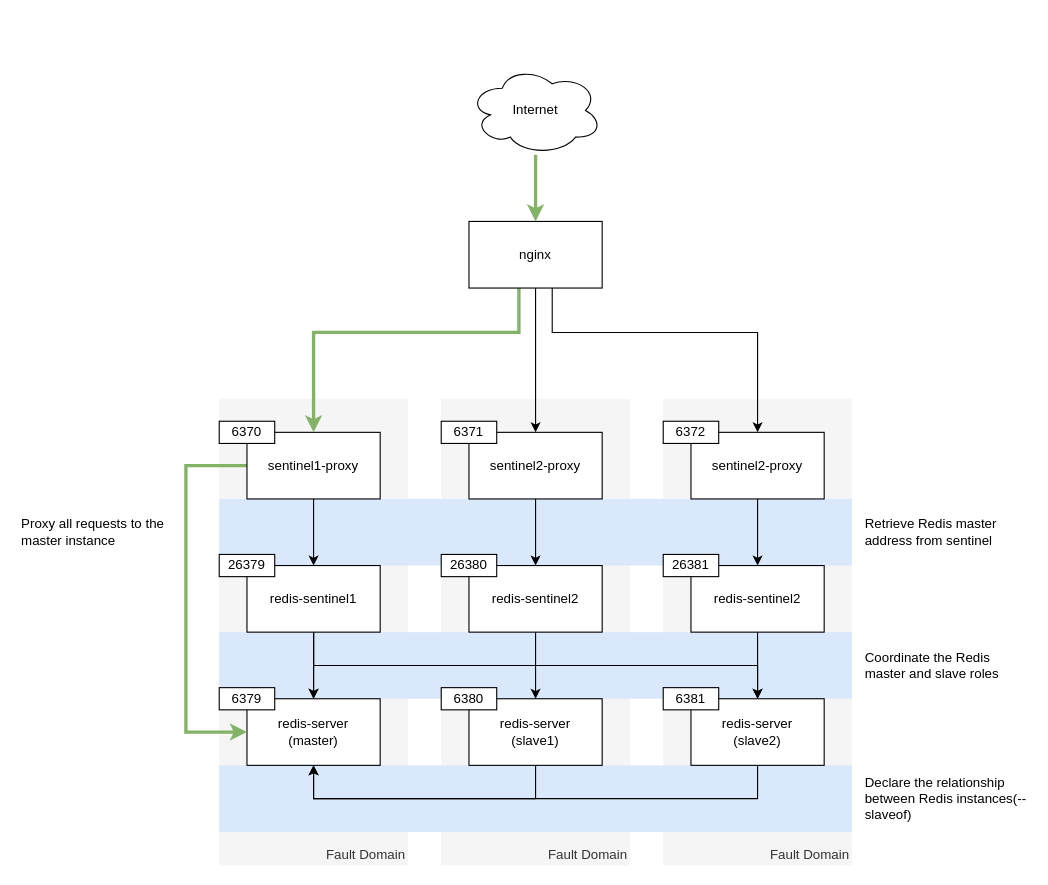
Above: redis-ha.drawio in tpai/redis-ha-auto-failover (draw.io), before the change. Source tidied: cells renumbered, new cells numbered last; positions are measured from the earlier drawing's top-left corner, leaving out a move shared by most shapes. Both pictures are drawn from the tidied source at 111%, with x=0, y=0 at pixel (19, 65).
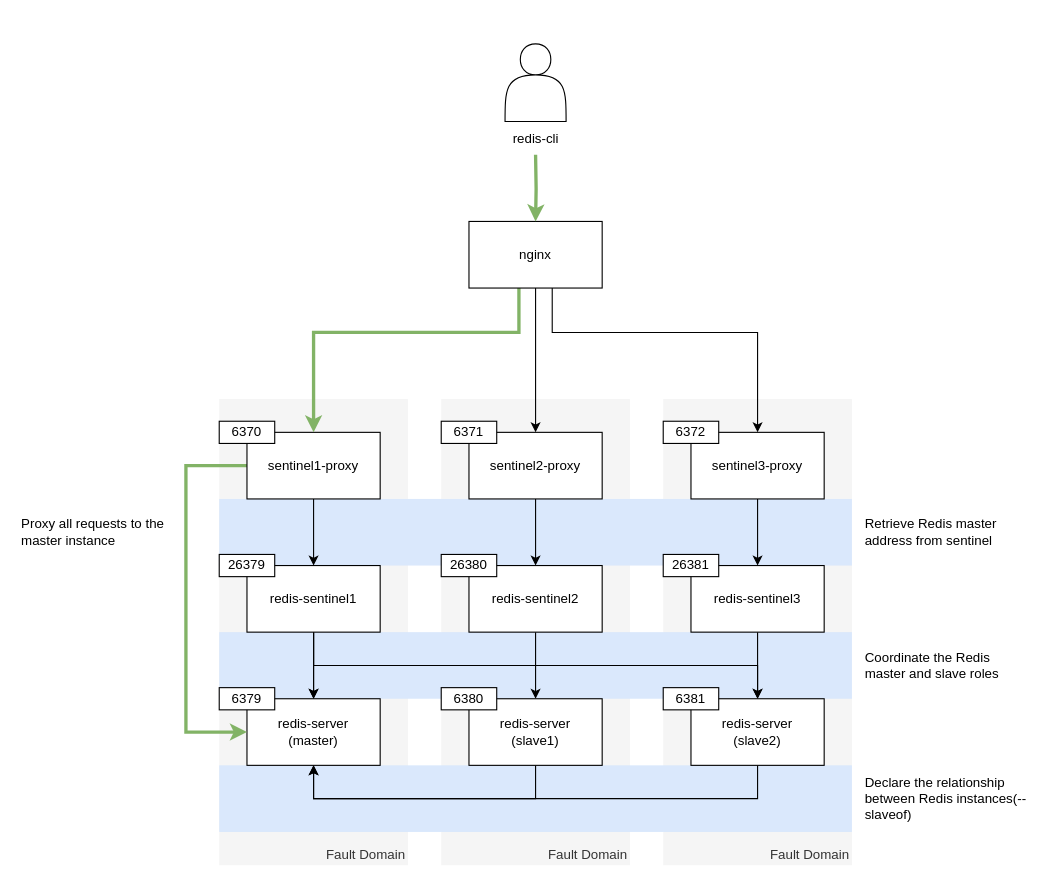
The same diagram, later.

The change refers to these unchanged cells:
```xml
<mxCell id="31" value="nginx" style="rounded=0;whiteSpace=wrap;html=1;" parent="1" vertex="1">
  <mxGeometry x="405" y="140" width="120" height="60" as="geometry" />
</mxCell>
```

The edit, as a diff of the source:
```diff
@@
-    <mxCell id="25" value="redis-sentinel2" style="rounded=0;whiteSpace=wrap;html=1;" parent="1" vertex="1">
+    <mxCell id="25" value="redis-sentinel3" style="rounded=0;whiteSpace=wrap;html=1;" parent="1" vertex="1">
       <mxGeometry x="605" y="450" width="120" height="60" as="geometry" />
     </mxCell>
@@
-    <mxCell id="27" value="sentinel2-proxy" style="rounded=0;whiteSpace=wrap;html=1;" parent="1" vertex="1">
+    <mxCell id="27" value="sentinel3-proxy" style="rounded=0;whiteSpace=wrap;html=1;" parent="1" vertex="1">
       <mxGeometry x="605" y="330" width="120" height="60" as="geometry" />
     </mxCell>
@@
-    <mxCell id="32" style="edgeStyle=orthogonalEdgeStyle;rounded=0;jettySize=auto;html=1;fillColor=#d5e8d4;strokeColor=#82b366;strokeWidth=3;" parent="1" edge="1" source="33" target="31">
-      <mxGeometry relative="1" as="geometry" />
+    <mxCell id="32" style="edgeStyle=orthogonalEdgeStyle;rounded=0;jettySize=auto;html=1;fillColor=#d5e8d4;strokeColor=#82b366;strokeWidth=3;" parent="1" edge="1" target="31">
+      <mxGeometry relative="1" as="geometry">
+        <mxPoint x="465" y="80" as="sourcePoint" />
+      </mxGeometry>
     </mxCell>
-    <mxCell id="33" value="Internet" style="ellipse;shape=cloud;whiteSpace=wrap;html=1;" parent="1" vertex="1">
-      <mxGeometry x="405" width="120" height="80" as="geometry" />
-    </mxCell>
@@
+    <mxCell id="47" value="&lt;div&gt;&lt;br&gt;&lt;/div&gt;&lt;div&gt;&lt;br&gt;&lt;/div&gt;&lt;div&gt;&lt;br&gt;&lt;/div&gt;&lt;div&gt;&lt;br&gt;&lt;/div&gt;&lt;div&gt;&lt;br&gt;&lt;/div&gt;&lt;div&gt;&lt;br&gt;&lt;/div&gt;&lt;div&gt;&lt;br&gt;&lt;/div&gt;&lt;div&gt;redis-cli&lt;/div&gt;" style="shape=actor;whiteSpace=wrap;html=1;" parent="1" vertex="1">
+      <mxGeometry x="437.5" y="-20" width="55" height="70" as="geometry" />
+    </mxCell>
```
